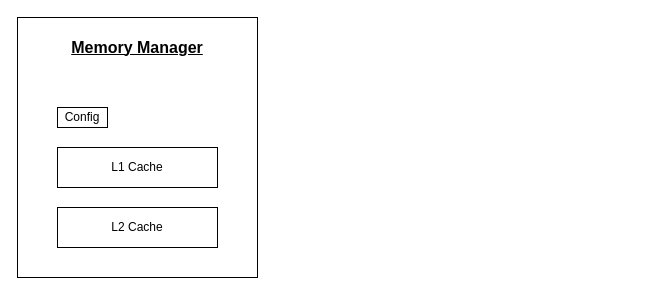
Above: Untitled Diagram.drawio in almogtzabari/computer_architecture_hw2_cache (draw.io), before the change. Source tidied: cells renumbered, new cells numbered last; positions are measured from the earlier drawing's top-left corner, leaving out a move shared by most shapes. Both pictures are drawn from the tidied source at 100%, with x=0, y=0 at pixel (17, 17).
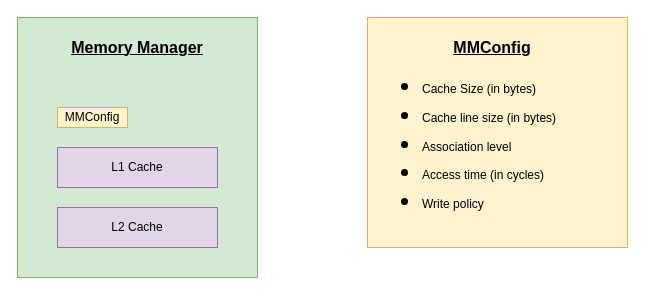
The same diagram, later.

Commit message:
Class diagram (draw.io)

What changed in the source:
```diff
@@
 <mxGraphModel>
   <root>
     <mxCell id="0" />
     <mxCell id="1" parent="0" />
-    <mxCell id="2" style="rounded=0;whiteSpace=wrap;html=1;" parent="1" vertex="1">
+    <mxCell id="2" style="rounded=0;whiteSpace=wrap;html=1;fillColor=#d5e8d4;strokeColor=#82b366;" parent="1" vertex="1">
       <mxGeometry width="240" height="260" as="geometry" />
     </mxCell>
     <mxCell id="3" value="&lt;b&gt;&lt;u&gt;&lt;font style=&quot;font-size: 16px&quot;&gt;Memory Manager&lt;/font&gt;&lt;/u&gt;&lt;/b&gt;" style="text;html=1;strokeColor=none;fillColor=none;align=center;verticalAlign=middle;whiteSpace=wrap;rounded=0;" parent="1" vertex="1">
       <mxGeometry x="45" y="20" width="150" height="20" as="geometry" />
     </mxCell>
-    <mxCell id="4" value="L1 Cache" style="rounded=0;whiteSpace=wrap;html=1;" parent="1" vertex="1">
+    <mxCell id="4" value="L1 Cache" style="rounded=0;whiteSpace=wrap;html=1;fillColor=#e1d5e7;strokeColor=#9673a6;" parent="1" vertex="1">
       <mxGeometry x="40" y="130" width="160" height="40" as="geometry" />
     </mxCell>
-    <mxCell id="5" value="L2 Cache" style="rounded=0;whiteSpace=wrap;html=1;" parent="1" vertex="1">
+    <mxCell id="5" value="L2 Cache" style="rounded=0;whiteSpace=wrap;html=1;fillColor=#e1d5e7;strokeColor=#9673a6;" parent="1" vertex="1">
       <mxGeometry x="40" y="190" width="160" height="40" as="geometry" />
     </mxCell>
-    <mxCell id="6" value="Config" style="rounded=0;whiteSpace=wrap;html=1;" parent="1" vertex="1">
-      <mxGeometry x="40" y="90" width="50" height="20" as="geometry" />
+    <mxCell id="6" value="MMConfig" style="rounded=0;whiteSpace=wrap;html=1;fillColor=#fff2cc;strokeColor=#d6b656;" parent="1" vertex="1">
+      <mxGeometry x="40" y="90" width="70" height="20" as="geometry" />
     </mxCell>
+    <mxCell id="7" style="rounded=0;whiteSpace=wrap;html=1;fillColor=#fff2cc;strokeColor=#d6b656;" parent="1" vertex="1">
+      <mxGeometry x="350" width="260" height="230" as="geometry" />
+    </mxCell>
+    <mxCell id="8" value="&lt;b&gt;&lt;u&gt;&lt;font style=&quot;font-size: 16px&quot;&gt;MMConfig&lt;/font&gt;&lt;/u&gt;&lt;/b&gt;" style="text;html=1;strokeColor=none;fillColor=none;align=center;verticalAlign=middle;whiteSpace=wrap;rounded=0;" parent="1" vertex="1">
+      <mxGeometry x="400" y="20" width="150" height="20" as="geometry" />
+    </mxCell>
+    <mxCell id="9" value="&lt;h1&gt;&lt;ul&gt;&lt;li&gt;&lt;span style=&quot;font-size: 12px ; font-weight: 400&quot;&gt;Cache Size (in bytes)&lt;/span&gt;&lt;/li&gt;&lt;li&gt;&lt;span style=&quot;font-size: 12px ; font-weight: 400&quot;&gt;Cache line size (in bytes)&lt;/span&gt;&lt;/li&gt;&lt;li&gt;&lt;span style=&quot;font-size: 12px ; font-weight: 400&quot;&gt;Association level&lt;/span&gt;&lt;/li&gt;&lt;li&gt;&lt;span style=&quot;font-size: 12px ; font-weight: 400&quot;&gt;Access time (in cycles)&lt;/span&gt;&lt;/li&gt;&lt;li&gt;&lt;span style=&quot;font-size: 12px ; font-weight: 400&quot;&gt;Write policy&lt;/span&gt;&lt;/li&gt;&lt;/ul&gt;&lt;/h1&gt;" style="text;html=1;strokeColor=none;fillColor=none;spacing=5;spacingTop=-20;whiteSpace=wrap;overflow=hidden;rounded=0;" parent="1" vertex="1">
+      <mxGeometry x="360" y="40" width="230" height="170" as="geometry" />
+    </mxCell>
   </root>
 </mxGraphModel>
```
